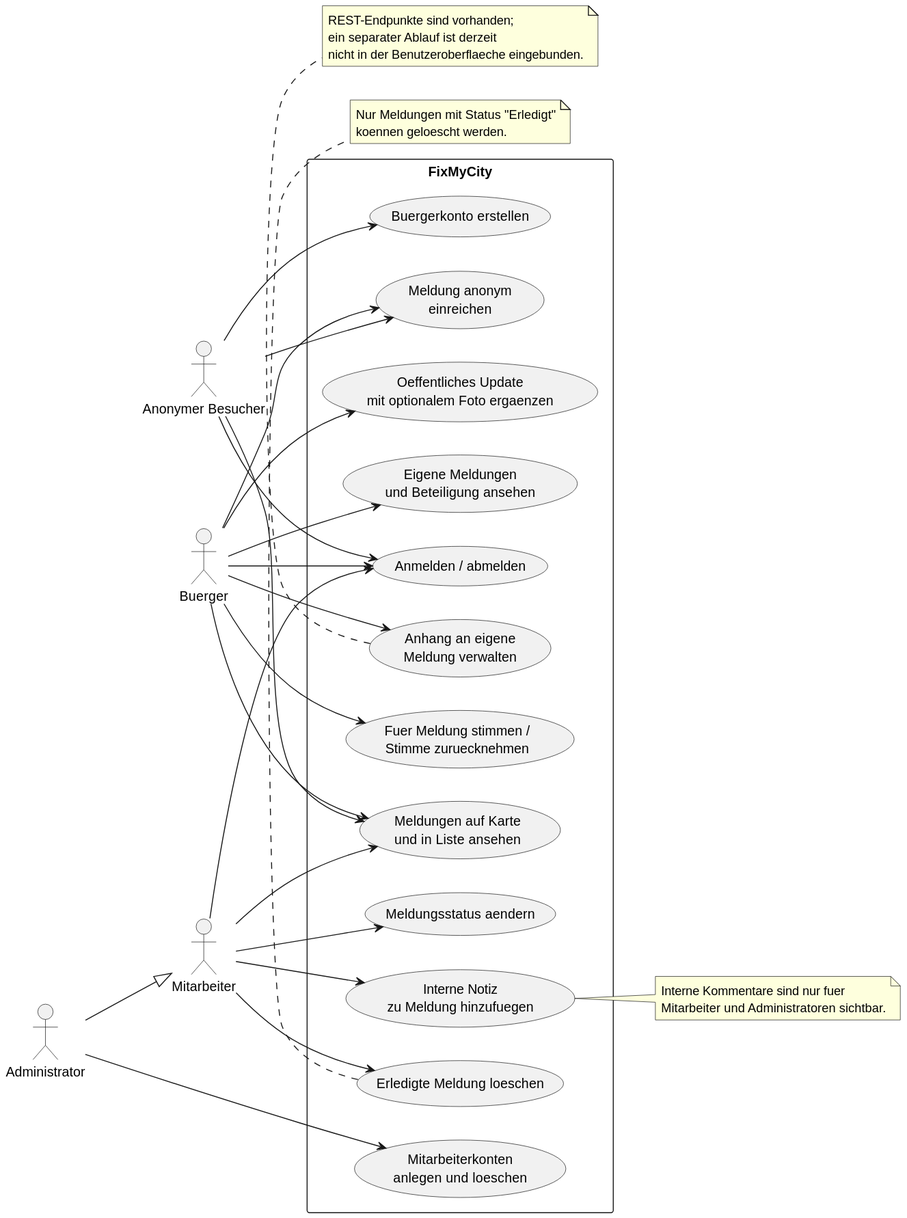
Earlier version of the PlantUML export docs/uml/export/use-cases.svg (wenhuan-liang/stadtmeldung-portal). The source it was exported from:
```plantuml
@startuml
left to right direction
skinparam packageStyle rectangle

actor "Anonymer Besucher" as Anonymous
actor "Buerger" as Citizen
actor "Mitarbeiter" as Employee
actor "Administrator" as Admin

Admin --|> Employee

rectangle "FixMyCity" {
  usecase "Meldungen auf Karte\nund in Liste ansehen" as UC_Browse
  usecase "Meldung anonym\neinreichen" as UC_AnonymousReport
  usecase "Buergerkonto erstellen" as UC_Register
  usecase "Anmelden / abmelden" as UC_Login
  usecase "Eigene Meldungen\nund Beteiligung ansehen" as UC_Mine
  usecase "Fuer Meldung stimmen /\nStimme zuruecknehmen" as UC_Vote
  usecase "Oeffentliches Update\nmit optionalem Foto ergaenzen" as UC_Update
  usecase "Anhang an eigene\nMeldung verwalten" as UC_Attachment
  usecase "Meldungsstatus aendern" as UC_Status
  usecase "Interne Notiz\nzu Meldung hinzufuegen" as UC_Internal
  usecase "Erledigte Meldung loeschen" as UC_Delete
  usecase "Mitarbeiterkonten\nanlegen und loeschen" as UC_Employees
}

Anonymous --> UC_Browse
Anonymous --> UC_AnonymousReport
Anonymous --> UC_Register
Anonymous --> UC_Login

Citizen --> UC_Browse
Citizen --> UC_AnonymousReport
Citizen --> UC_Login
Citizen --> UC_Mine
Citizen --> UC_Vote
Citizen --> UC_Update
Citizen --> UC_Attachment

Employee --> UC_Browse
Employee --> UC_Login
Employee --> UC_Status
Employee --> UC_Internal
Employee --> UC_Delete

Admin --> UC_Employees

note right of UC_Internal
  Interne Kommentare sind nur fuer
  Mitarbeiter und Administratoren sichtbar.
end note

note bottom of UC_Delete
  Nur Meldungen mit Status "Erledigt"
  koennen geloescht werden.
end note

note bottom of UC_Attachment
  REST-Endpunkte sind vorhanden;
  ein separater Ablauf ist derzeit
  nicht in der Benutzeroberflaeche eingebunden.
end note
@enduml
```
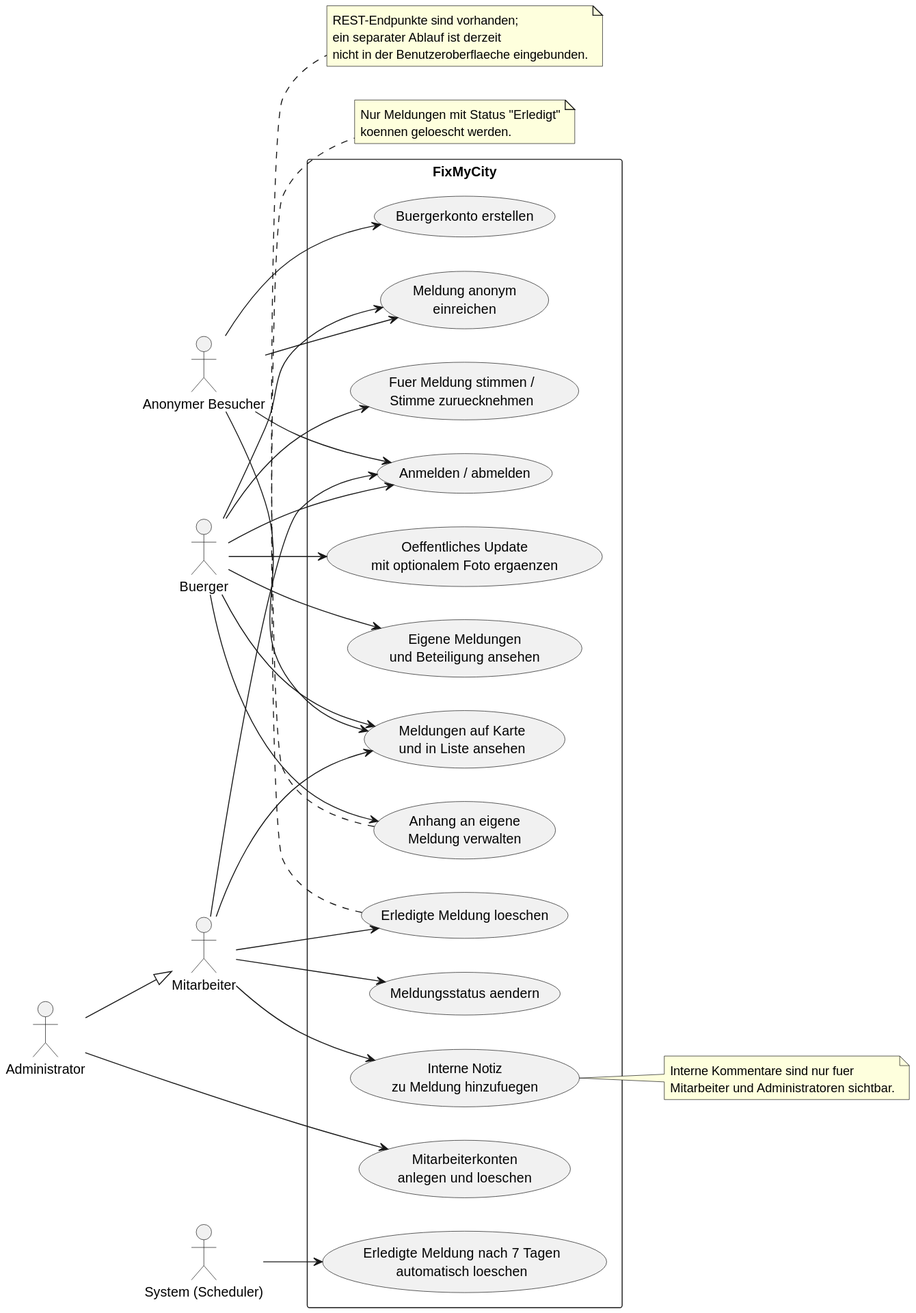
After the commit.

Diff of the diagram source:
```diff
@@ -6,6 +6,7 @@
 actor "Buerger" as Citizen
 actor "Mitarbeiter" as Employee
 actor "Administrator" as Admin
+actor "System (Scheduler)" as Scheduler
 
 Admin --|> Employee
 
@@ -21,6 +22,7 @@
   usecase "Meldungsstatus aendern" as UC_Status
   usecase "Interne Notiz\nzu Meldung hinzufuegen" as UC_Internal
   usecase "Erledigte Meldung loeschen" as UC_Delete
+  usecase "Erledigte Meldung nach 7 Tagen\nautomatisch loeschen" as UC_AutoDelete
   usecase "Mitarbeiterkonten\nanlegen und loeschen" as UC_Employees
 }
 
@@ -44,6 +46,7 @@
 Employee --> UC_Delete
 
 Admin --> UC_Employees
+Scheduler --> UC_AutoDelete
 
 note right of UC_Internal
   Interne Kommentare sind nur fuer
```
